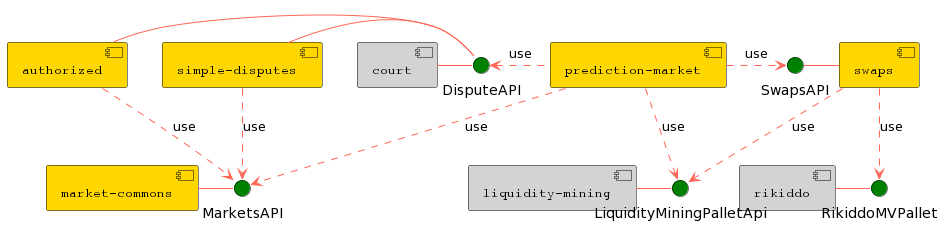
The PlantUML diagram docs/diagrams/png/high_level_component_diagram.png in zeitgeistpm/zeitgeist, before a commit. Its diagram source:
```plantuml
@startuml
skinparam interface {
  backgroundColor Green
  borderColor black
}

skinparam component {
  FontSize 13
  FontName Courier
  FontColor black
  BorderColor black
  BackgroundColor gold
  ArrowFontName Impact
  ArrowColor #FF6655
}

[prediction-market] as PM
[authorized] as AU
[market-commons] as MC
[simple-disputes] as SD
[court] as CO #Lightgray
[swaps] as SW
[rikiddo] as RI #Lightgray
[liquidity-mining] as LM #Lightgray
() SwapsAPI
() MarketsAPI
() DisputeAPI
() RikiddoMVPallet
() LiquidityMiningPalletApi

SW -l- SwapsAPI
MC - MarketsAPI
AU - DisputeAPI
SD - DisputeAPI
CO - DisputeAPI
LM - LiquidityMiningPalletApi
RI -r- RikiddoMVPallet
PM .r.> SwapsAPI : use
PM ..> MarketsAPI : use
PM .l.> DisputeAPI : use
PM .d.> LiquidityMiningPalletApi : use
AU ..> MarketsAPI : use
SD ..> MarketsAPI : use
SW .d.> RikiddoMVPallet : use
SW .d.> LiquidityMiningPalletApi : use
@enduml
```
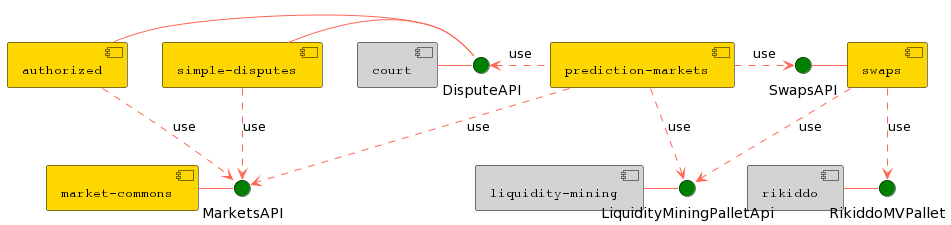
Later version of the same file.

The edit, as a diff of the source:
```diff
@@ -14,7 +14,7 @@
   ArrowColor #FF6655
 }
 
-[prediction-market] as PM
+[prediction-markets] as PM
 [authorized] as AU
 [market-commons] as MC
 [simple-disputes] as SD
```
